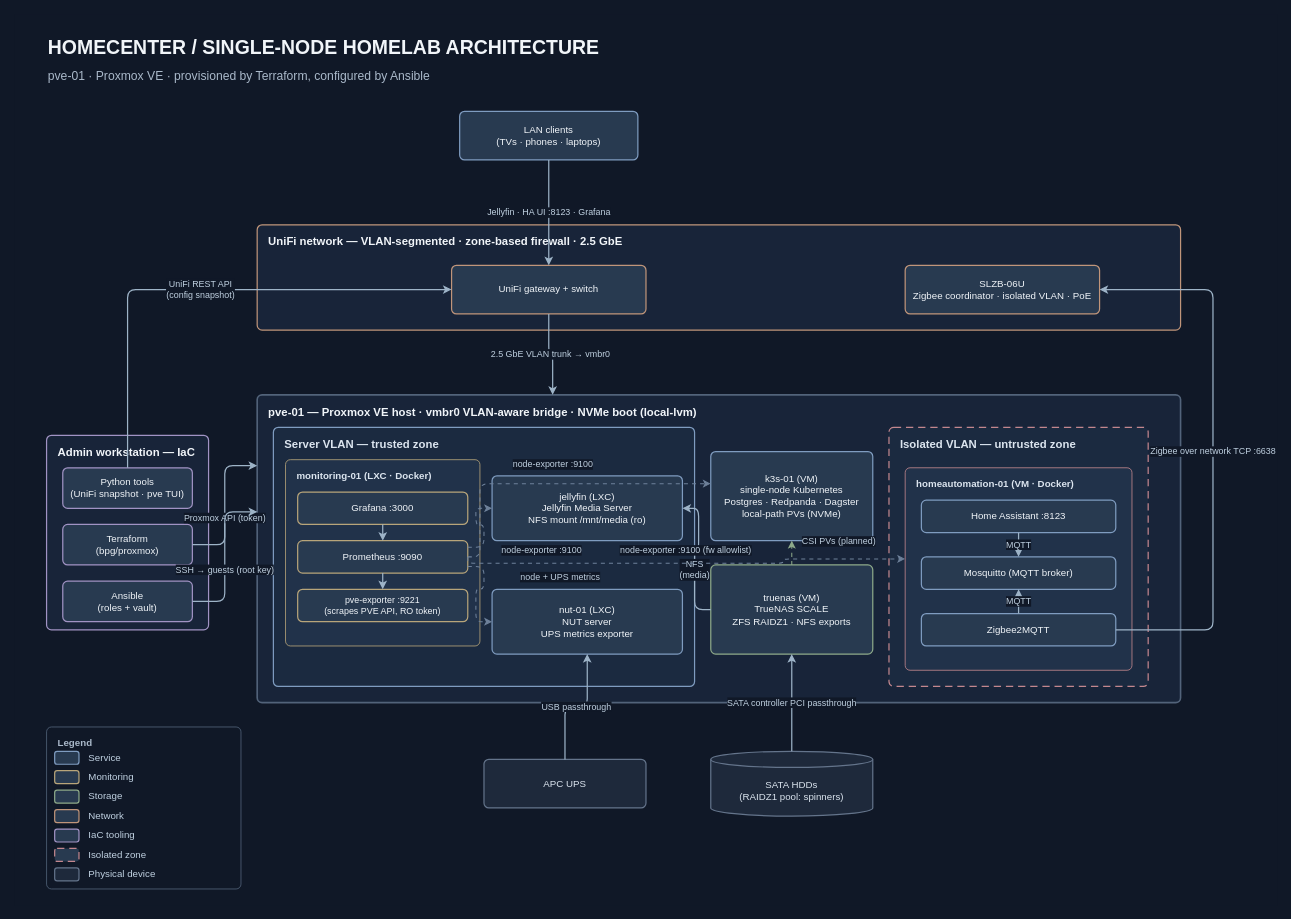
Before: docs/architecture/homelab-architecture.drawio in filipkristofiak/homecenter-overview, a draw.io diagram. Source tidied: cells renumbered, new cells numbered last; positions are measured from the earlier drawing's top-left corner, leaving out a move shared by most shapes. Both pictures are drawn from the tidied source at 81%, with x=0, y=0 at pixel (14, 14).
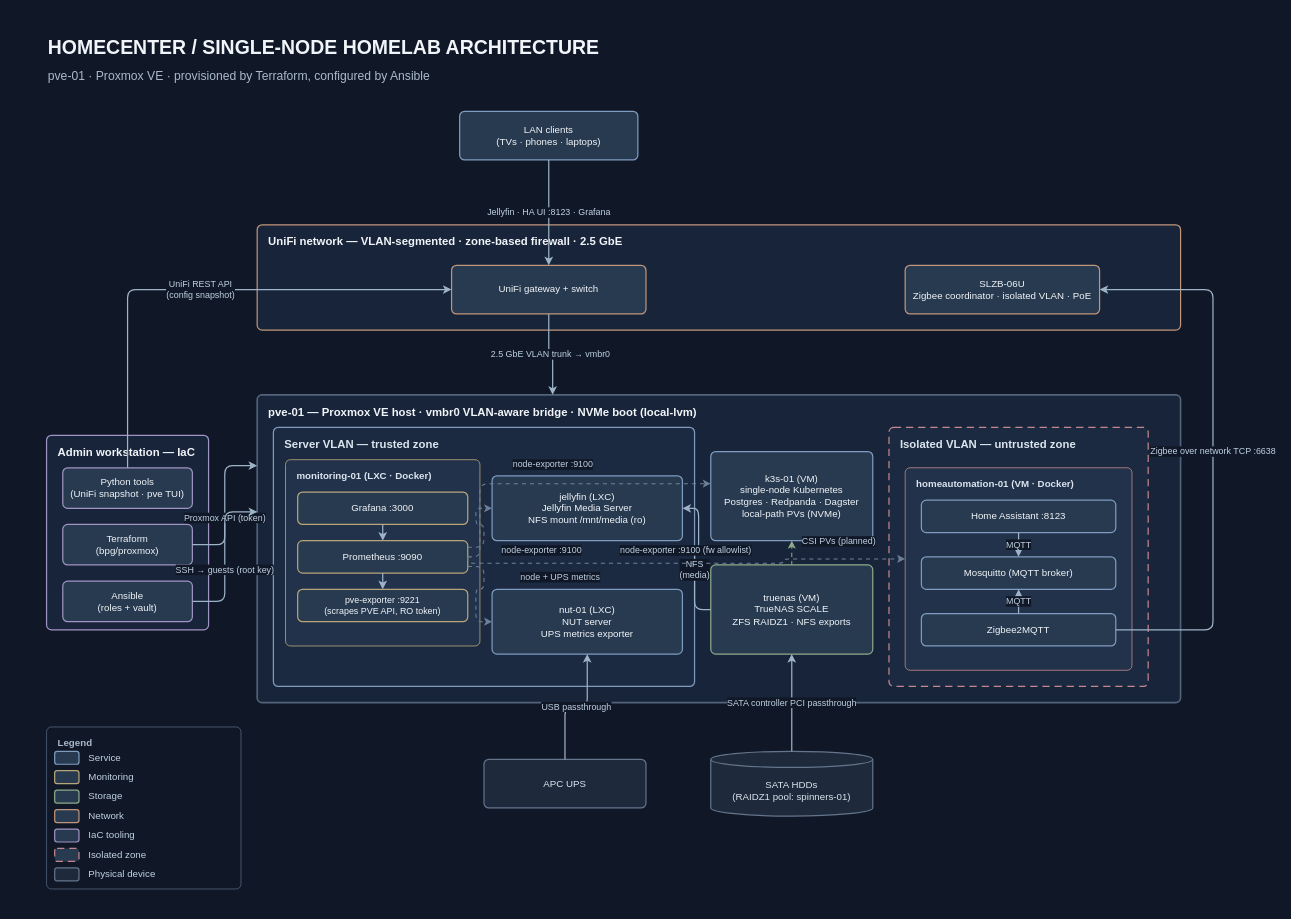
The same diagram, later.

What changed in the source:
```diff
@@
-    <mxCell id="29" value="SATA HDDs&#10;(RAIDZ1 pool: spinners)" style="shape=cylinder3;boundedLbl=1;size=10;whiteSpace=wrap;html=1;fontFamily=Helvetica;fontSize=12;fontColor=#DCE5EF;fillColor=#1E293B;strokeColor=#64748B;strokeWidth=1.5;" parent="1" vertex="1">
+    <mxCell id="29" value="SATA HDDs&#10;(RAIDZ1 pool: spinners-01)" style="shape=cylinder3;boundedLbl=1;size=10;whiteSpace=wrap;html=1;fontFamily=Helvetica;fontSize=12;fontColor=#DCE5EF;fillColor=#1E293B;strokeColor=#64748B;strokeWidth=1.5;" parent="1" vertex="1">
       <mxGeometry x="860" y="910" width="200" height="80" as="geometry" />
     </mxCell>
```
